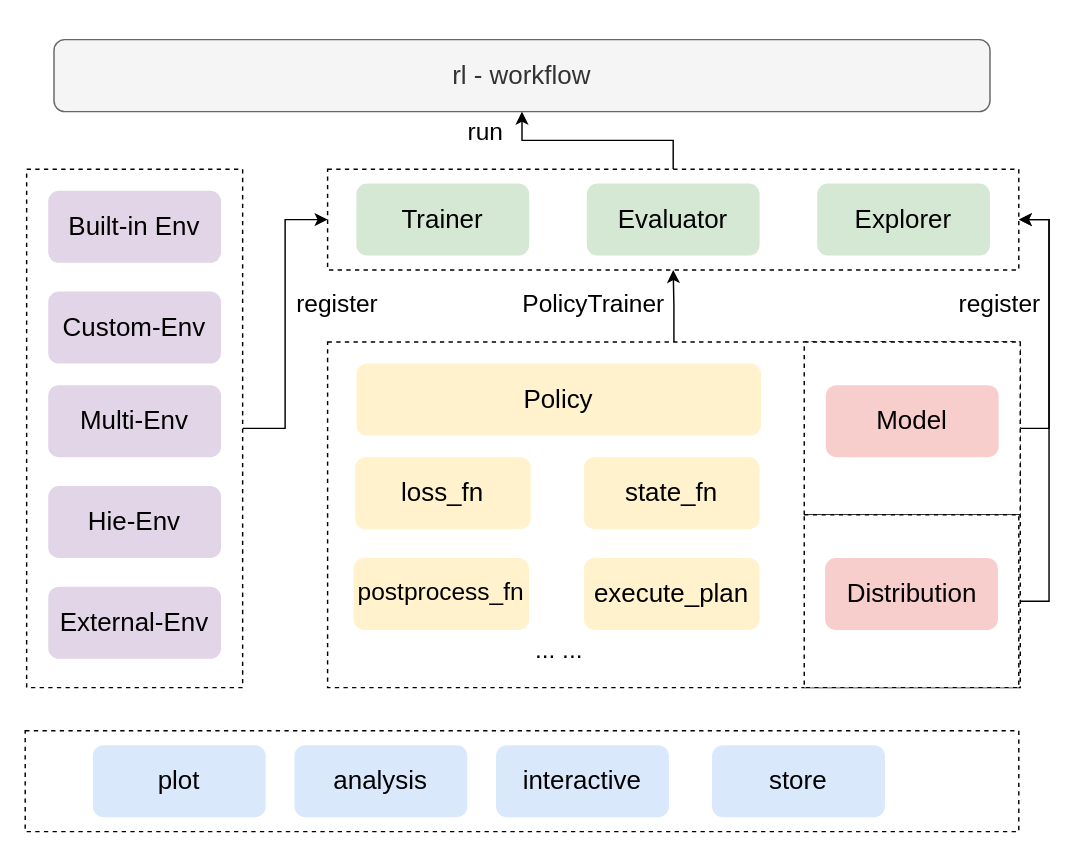
This is page "Page-2" (2 of 2) of SDK架构图.drawio from japsonzbz/Miscellaneous, a draw.io file, before an edit. Source tidied: cells renumbered, new cells numbered last; positions are measured from the earlier drawing's top-left corner, leaving out a move shared by most shapes. Both pictures are drawn from the tidied source at 144%, with x=0, y=0 at pixel (24, 39).
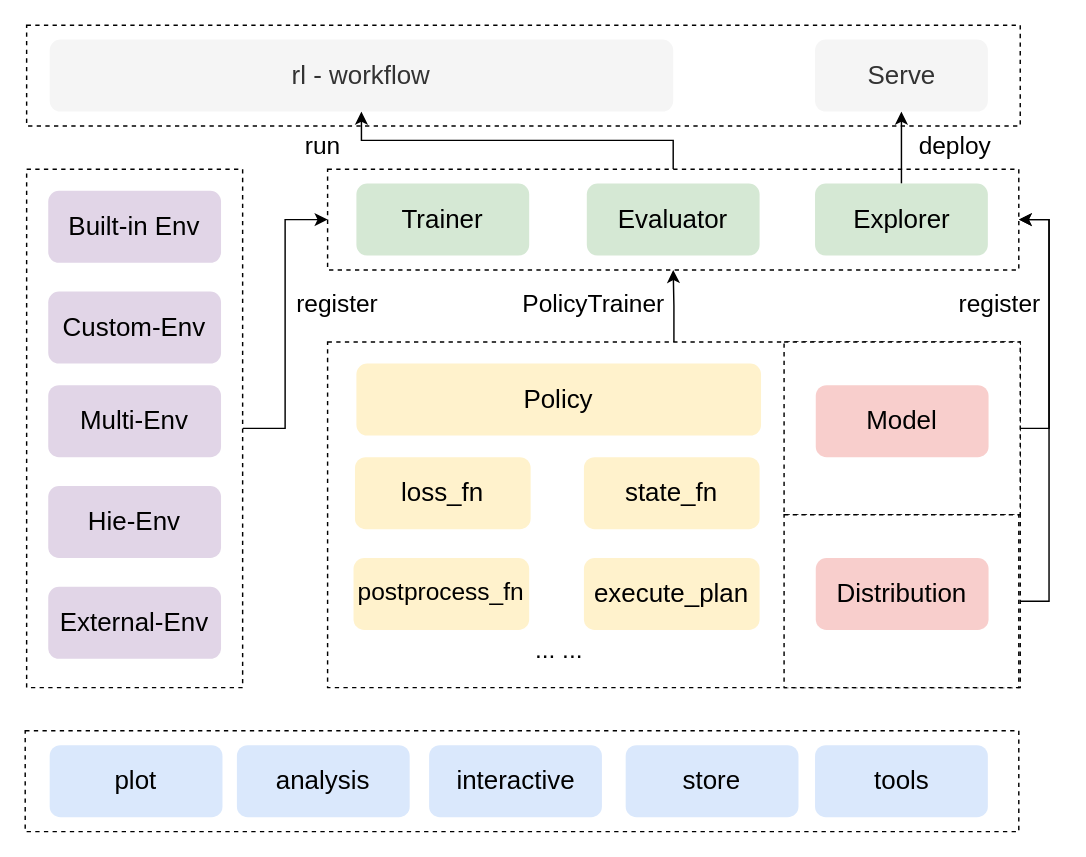
The same page after the edit.

Commit message:
SDK架构图 交互图.drawio

Diff of the diagram source:
```diff
@@
+    <mxCell id="38" style="rounded=0;whiteSpace=wrap;html=1;dashed=1;shadow=0;strokeWidth=1;perimeterSpacing=0;" parent="1" vertex="1">
+      <mxGeometry x="1" y="-10" width="690" height="70" as="geometry" />
+    </mxCell>
@@
+    <mxCell id="39" style="edgeStyle=orthogonalEdgeStyle;rounded=0;jettySize=auto;html=1;exitX=0.5;exitY=0;exitDx=0;exitDy=0;entryX=0.5;entryY=1;entryDx=0;entryDy=0;fontSize=17;strokeWidth=1;" parent="1" edge="1" source="6" target="40">
+      <mxGeometry relative="1" as="geometry" />
+    </mxCell>
     <mxCell id="6" value="&lt;span style=&quot;font-size: 18px&quot;&gt;Explorer&lt;/span&gt;" style="rounded=1;whiteSpace=wrap;html=1;fillColor=#d5e8d4;strokeColor=none;shadow=0;" parent="1" vertex="1">
-      <mxGeometry x="550" y="100" width="120" height="50" as="geometry" />
+      <mxGeometry x="548.5" y="100" width="120" height="50" as="geometry" />
     </mxCell>
@@
     <mxCell id="24" style="rounded=0;whiteSpace=wrap;html=1;shadow=0;dashed=1;fontSize=17;strokeWidth=1;" parent="1" vertex="1">
-      <mxGeometry x="541" y="210" width="150" height="120" as="geometry" />
+      <mxGeometry x="527" y="210" width="164" height="120" as="geometry" />
     </mxCell>
     <mxCell id="25" style="rounded=0;whiteSpace=wrap;html=1;shadow=0;dashed=1;fontSize=17;strokeWidth=1;" parent="1" vertex="1">
-      <mxGeometry x="541" y="330" width="149" height="120" as="geometry" />
+      <mxGeometry x="527" y="330" width="163" height="120" as="geometry" />
     </mxCell>
     <mxCell id="26" value="&lt;span style=&quot;font-size: 18px&quot;&gt;Model&lt;/span&gt;" style="rounded=1;whiteSpace=wrap;html=1;fillColor=#f8cecc;strokeColor=none;shadow=0;" parent="1" vertex="1">
-      <mxGeometry x="556" y="240" width="120" height="50" as="geometry" />
+      <mxGeometry x="549" y="240" width="120" height="50" as="geometry" />
     </mxCell>
     <mxCell id="27" value="&lt;span style=&quot;font-size: 18px&quot;&gt;Distribution&lt;/span&gt;" style="rounded=1;whiteSpace=wrap;html=1;fillColor=#f8cecc;strokeColor=none;shadow=0;" parent="1" vertex="1">
-      <mxGeometry x="555.5" y="360" width="120" height="50" as="geometry" />
+      <mxGeometry x="549" y="360" width="120" height="50" as="geometry" />
     </mxCell>
@@
-    <mxCell id="31" value="&lt;span style=&quot;font-size: 18px&quot;&gt;rl - workflow&lt;/span&gt;" style="rounded=1;whiteSpace=wrap;html=1;fillColor=#f5f5f5;strokeColor=#666666;shadow=0;fontColor=#333333;" parent="1" vertex="1">
-      <mxGeometry x="20" width="650" height="50" as="geometry" />
+    <mxCell id="31" value="&lt;span style=&quot;font-size: 18px&quot;&gt;rl - workflow&lt;/span&gt;" style="rounded=1;whiteSpace=wrap;html=1;fillColor=#f5f5f5;strokeColor=none;shadow=0;fontColor=#333333;" parent="1" vertex="1">
+      <mxGeometry x="17" width="433" height="50" as="geometry" />
     </mxCell>
     <mxCell id="32" value="run" style="text;html=1;strokeColor=none;fillColor=none;align=center;verticalAlign=middle;whiteSpace=wrap;rounded=0;shadow=0;dashed=1;fontSize=17;" parent="1" vertex="1">
-      <mxGeometry x="290" y="50" width="60" height="30" as="geometry" />
+      <mxGeometry x="177" y="60" width="60" height="30" as="geometry" />
     </mxCell>
@@
     <mxCell id="34" value="&lt;span style=&quot;font-size: 18px&quot;&gt;plot&lt;/span&gt;" style="rounded=1;whiteSpace=wrap;html=1;fillColor=#dae8fc;strokeColor=none;shadow=0;" parent="1" vertex="1">
-      <mxGeometry x="47" y="490" width="120" height="50" as="geometry" />
+      <mxGeometry x="17" y="490" width="120" height="50" as="geometry" />
     </mxCell>
     <mxCell id="35" value="&lt;span style=&quot;font-size: 18px&quot;&gt;analysis&lt;/span&gt;" style="rounded=1;whiteSpace=wrap;html=1;fillColor=#dae8fc;strokeColor=none;shadow=0;" parent="1" vertex="1">
-      <mxGeometry x="187" y="490" width="120" height="50" as="geometry" />
+      <mxGeometry x="147" y="490" width="120" height="50" as="geometry" />
     </mxCell>
     <mxCell id="36" value="&lt;span style=&quot;font-size: 18px&quot;&gt;interactive&lt;/span&gt;" style="rounded=1;whiteSpace=wrap;html=1;fillColor=#dae8fc;strokeColor=none;shadow=0;" parent="1" vertex="1">
-      <mxGeometry x="327" y="490" width="120" height="50" as="geometry" />
+      <mxGeometry x="280.5" y="490" width="120" height="50" as="geometry" />
     </mxCell>
-    <mxCell id="37" value="&lt;span style=&quot;font-size: 18px&quot;&gt;store&lt;/span&gt;" style="rounded=1;whiteSpace=wrap;html=1;fillColor=#dae8fc;strokeColor=none;shadow=0;" parent="1" vertex="1">
-      <mxGeometry x="477" y="490" width="120" height="50" as="geometry" />
+    <mxCell id="37" value="&lt;span style=&quot;font-size: 18px&quot;&gt;tools&lt;/span&gt;" style="rounded=1;whiteSpace=wrap;html=1;fillColor=#dae8fc;strokeColor=none;shadow=0;" parent="1" vertex="1">
+      <mxGeometry x="548.5" y="490" width="120" height="50" as="geometry" />
     </mxCell>
+    <mxCell id="40" value="&lt;span style=&quot;font-size: 18px&quot;&gt;Serve&lt;/span&gt;" style="rounded=1;whiteSpace=wrap;html=1;fillColor=#f5f5f5;strokeColor=none;shadow=0;fontColor=#333333;" parent="1" vertex="1">
+      <mxGeometry x="548.5" width="120" height="50" as="geometry" />
+    </mxCell>
+    <mxCell id="41" value="deploy" style="text;html=1;strokeColor=none;fillColor=none;align=center;verticalAlign=middle;whiteSpace=wrap;rounded=0;shadow=0;dashed=1;fontSize=17;" parent="1" vertex="1">
+      <mxGeometry x="615.5" y="60" width="60" height="30" as="geometry" />
+    </mxCell>
+    <mxCell id="42" value="&lt;span style=&quot;font-size: 18px&quot;&gt;store&lt;/span&gt;" style="rounded=1;whiteSpace=wrap;html=1;fillColor=#dae8fc;strokeColor=none;shadow=0;" parent="1" vertex="1">
+      <mxGeometry x="417" y="490" width="120" height="50" as="geometry" />
+    </mxCell>
```
